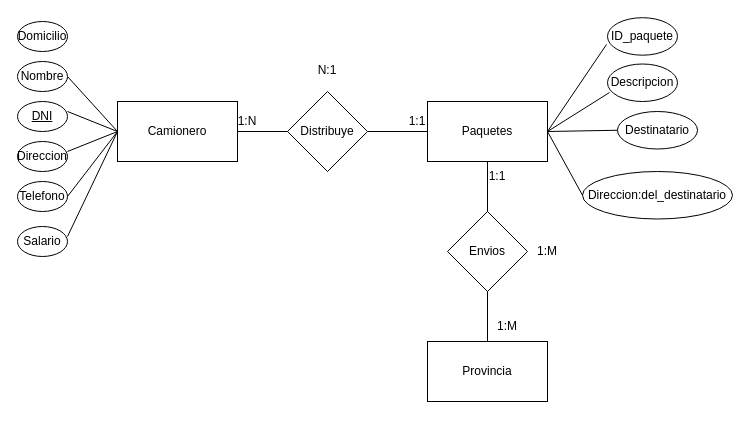
Earlier version of the draw.io diagram Tarea_4_Alegre.drawio (Mati330/DB_Terciario). Source tidied: cells renumbered, new cells numbered last; positions are measured from the earlier drawing's top-left corner, leaving out a move shared by most shapes. Both pictures are drawn from the tidied source at 100%, with x=0, y=0 at pixel (17, 17).
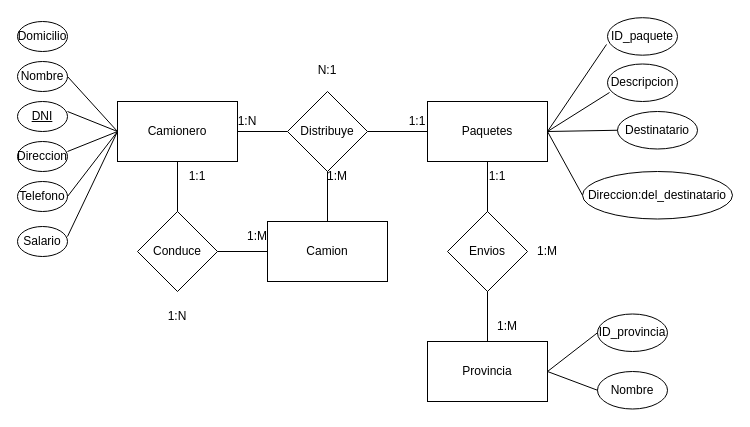
Above is the later version.

The change refers to these unchanged cells:
```xml
<mxCell id="2" value="Camionero" style="rounded=0;whiteSpace=wrap;html=1;" parent="1" vertex="1">
  <mxGeometry x="100" y="84" width="120" height="60" as="geometry" />
</mxCell>
<mxCell id="6" value="Provincia" style="rounded=0;whiteSpace=wrap;html=1;" parent="1" vertex="1">
  <mxGeometry x="410" y="324" width="120" height="60" as="geometry" />
</mxCell>
<mxCell id="19" value="Distribuye" style="rhombus;whiteSpace=wrap;html=1;" parent="1" vertex="1">
  <mxGeometry x="270" y="74" width="80" height="80" as="geometry" />
</mxCell>
```

What changed in the source:
```diff
@@
+    <mxCell id="35" value="ID_provincia" style="ellipse;whiteSpace=wrap;html=1;" parent="1" vertex="1">
+      <mxGeometry x="580" y="296.5" width="70" height="37.5" as="geometry" />
+    </mxCell>
+    <mxCell id="36" value="Nombre" style="ellipse;whiteSpace=wrap;html=1;" parent="1" vertex="1">
+      <mxGeometry x="580" y="354" width="70" height="37.5" as="geometry" />
+    </mxCell>
+    <mxCell id="37" style="endArrow=none;html=1;rounded=0;entryX=0;entryY=0.5;entryDx=0;entryDy=0;exitX=1;exitY=0.5;exitDx=0;exitDy=0;" parent="1" edge="1" target="35">
+      <mxGeometry relative="1" as="geometry">
+        <mxPoint x="530" y="354" as="sourcePoint" />
+      </mxGeometry>
+    </mxCell>
+    <mxCell id="38" style="endArrow=none;html=1;rounded=0;entryX=0;entryY=0.5;entryDx=0;entryDy=0;exitX=1;exitY=0.5;exitDx=0;exitDy=0;" parent="1" edge="1" source="6" target="36">
+      <mxGeometry relative="1" as="geometry" />
+    </mxCell>
+    <mxCell id="39" value="Conduce" style="rhombus;whiteSpace=wrap;html=1;" parent="1" vertex="1">
+      <mxGeometry x="120" y="194" width="80" height="80" as="geometry" />
+    </mxCell>
+    <mxCell id="40" value="Camion" style="rounded=0;whiteSpace=wrap;html=1;" parent="1" vertex="1">
+      <mxGeometry x="250" y="204" width="120" height="60" as="geometry" />
+    </mxCell>
+    <mxCell id="41" style="endArrow=none;html=1;rounded=0;entryX=0.5;entryY=1;entryDx=0;entryDy=0;exitX=0.5;exitY=0;exitDx=0;exitDy=0;" parent="1" edge="1" source="40" target="19">
+      <mxGeometry relative="1" as="geometry" />
+    </mxCell>
+    <mxCell id="42" style="endArrow=none;html=1;rounded=0;entryX=0.5;entryY=1;entryDx=0;entryDy=0;entryPerimeter=0;" parent="1" edge="1" target="2">
+      <mxGeometry relative="1" as="geometry">
+        <mxPoint x="160" y="194" as="sourcePoint" />
+      </mxGeometry>
+    </mxCell>
+    <mxCell id="43" style="endArrow=none;html=1;rounded=0;entryX=0;entryY=0.5;entryDx=0;entryDy=0;exitX=1;exitY=0.5;exitDx=0;exitDy=0;" parent="1" edge="1" source="39" target="40">
+      <mxGeometry relative="1" as="geometry" />
+    </mxCell>
+    <mxCell id="44" value="1:N" style="text;html=1;align=center;verticalAlign=middle;whiteSpace=wrap;rounded=0;" parent="1" vertex="1">
+      <mxGeometry x="130" y="284" width="60" height="30" as="geometry" />
+    </mxCell>
+    <mxCell id="45" value="1:M" style="text;html=1;align=center;verticalAlign=middle;whiteSpace=wrap;rounded=0;" parent="1" vertex="1">
+      <mxGeometry x="210" y="204" width="60" height="30" as="geometry" />
+    </mxCell>
+    <mxCell id="46" value="1:1" style="text;html=1;align=center;verticalAlign=middle;whiteSpace=wrap;rounded=0;" parent="1" vertex="1">
+      <mxGeometry x="150" y="144" width="60" height="30" as="geometry" />
+    </mxCell>
+    <mxCell id="47" value="1:M" style="text;html=1;align=center;verticalAlign=middle;whiteSpace=wrap;rounded=0;" parent="1" vertex="1">
+      <mxGeometry x="290" y="144" width="60" height="30" as="geometry" />
+    </mxCell>
```
